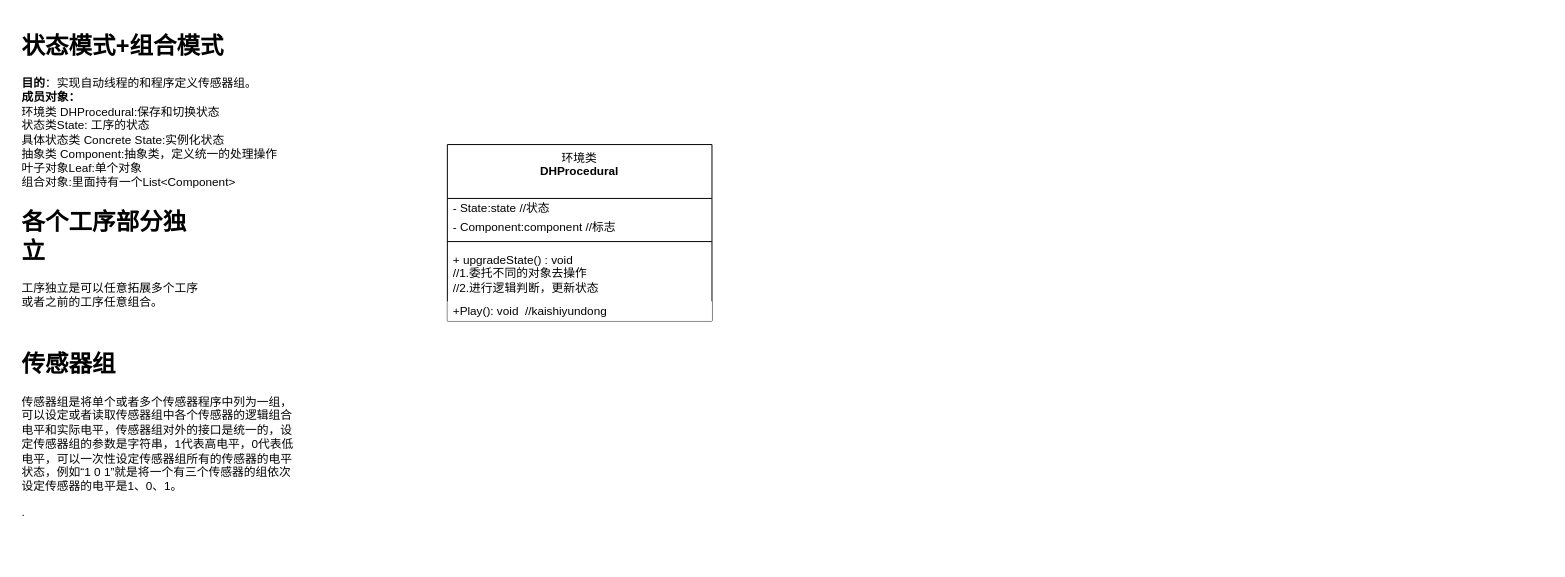
Earlier version of the draw.io diagram 独创性组合有限状态机设计模式.drawio (wjaswdd/draw.io). Source tidied: cells renumbered, new cells numbered last; positions are measured from the earlier drawing's top-left corner, leaving out a move shared by most shapes. Both pictures are drawn from the tidied source at 98%, with x=0, y=0 at pixel (17, 26).
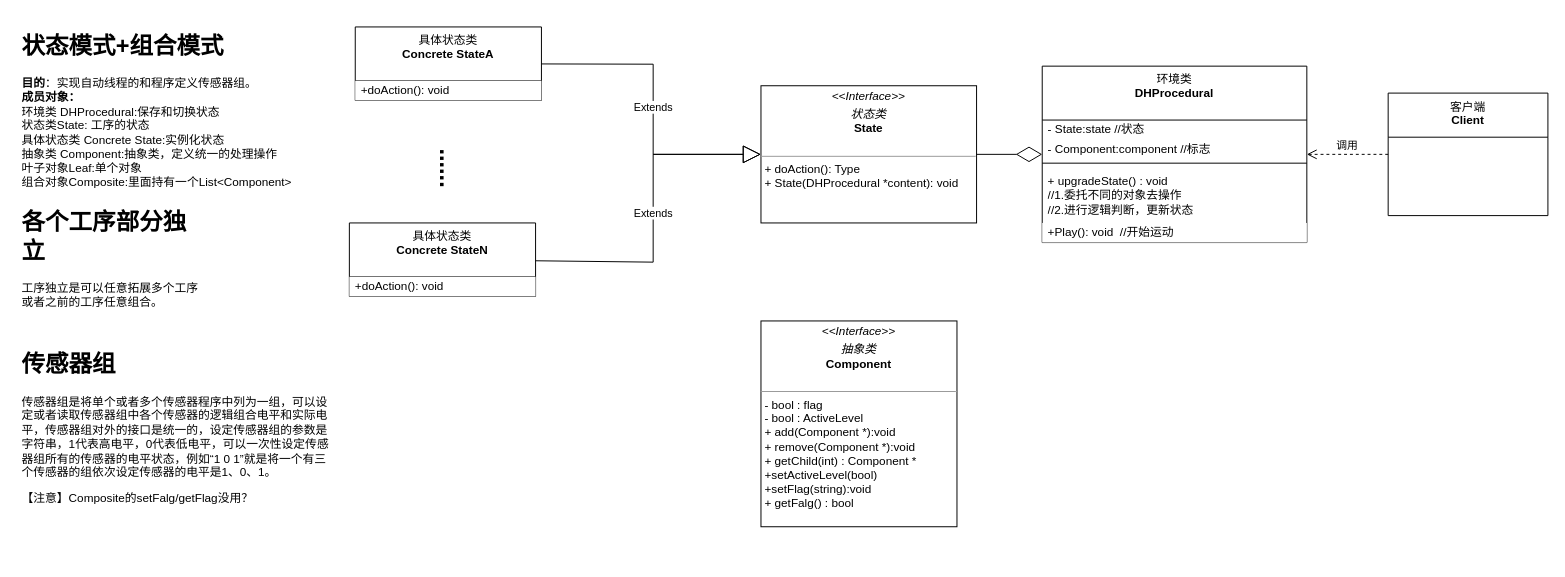
Above is the later version.

Commit message (it also covers changes not shown here):
更新独创性组合有限状态机设计模式.drawio

What changed in the source:
```diff
@@
-    <mxCell id="2" value="&lt;h1&gt;状态模式+组合模式&lt;/h1&gt;&lt;div&gt;&lt;b&gt;目的&lt;/b&gt;：实现自动线程的和程序定义传感器组。&lt;/div&gt;&lt;div&gt;&lt;b&gt;成员对象：&lt;/b&gt;&lt;/div&gt;&lt;div&gt;环境类 DHProcedural:保存和切换状态&lt;/div&gt;&lt;div&gt;状态类State: 工序的状态&lt;/div&gt;&lt;div&gt;具体状态类 Concrete State:实例化状态&lt;/div&gt;&lt;div&gt;抽象类 Component:抽象类，定义统一的处理操作&lt;/div&gt;&lt;div&gt;叶子对象Leaf:单个对象&lt;/div&gt;&lt;div&gt;组合对象:里面持有一个List&amp;lt;Component&amp;gt;&lt;/div&gt;" style="text;html=1;strokeColor=none;fillColor=none;spacing=5;spacingTop=-20;whiteSpace=wrap;overflow=hidden;rounded=0;" parent="1" vertex="1">
+    <mxCell id="2" value="&lt;h1&gt;状态模式+组合模式&lt;/h1&gt;&lt;div&gt;&lt;b&gt;目的&lt;/b&gt;：实现自动线程的和程序定义传感器组。&lt;/div&gt;&lt;div&gt;&lt;b&gt;成员对象：&lt;/b&gt;&lt;/div&gt;&lt;div&gt;环境类 DHProcedural:保存和切换状态&lt;/div&gt;&lt;div&gt;状态类State: 工序的状态&lt;/div&gt;&lt;div&gt;具体状态类 Concrete State:实例化状态&lt;/div&gt;&lt;div&gt;抽象类 Component:抽象类，定义统一的处理操作&lt;/div&gt;&lt;div&gt;叶子对象Leaf:单个对象&lt;/div&gt;&lt;div&gt;组合对象Composite:里面持有一个List&amp;lt;Component&amp;gt;&lt;/div&gt;" style="text;html=1;strokeColor=none;fillColor=none;spacing=5;spacingTop=-20;whiteSpace=wrap;overflow=hidden;rounded=0;" parent="1" vertex="1">
       <mxGeometry width="329" height="170" as="geometry" />
     </mxCell>
@@
-    <mxCell id="4" value="&lt;h1&gt;传感器组&lt;br&gt;&lt;/h1&gt;传感器组是将单个或者多个传感器程序中列为一组，可以设定或者读取传感器组中各个传感器的逻辑组合电平和实际电平，传感器组对外的接口是统一的，设定传感器组的参数是字符串，1代表高电平，0代表低电平，可以一次性设定传感器组所有的传感器的电平状态，例如“1 0 1”就是将一个有三个传感器的组依次设定传感器的电平是1、0、1。&lt;p&gt;.&lt;/p&gt;" style="text;html=1;strokeColor=none;fillColor=none;spacing=5;spacingTop=-20;whiteSpace=wrap;overflow=hidden;rounded=0;" parent="1" vertex="1">
-      <mxGeometry y="325" width="289" height="220" as="geometry" />
+    <mxCell id="4" value="&lt;h1&gt;传感器组&lt;br&gt;&lt;/h1&gt;传感器组是将单个或者多个传感器程序中列为一组，可以设定或者读取传感器组中各个传感器的逻辑组合电平和实际电平，传感器组对外的接口是统一的，设定传感器组的参数是字符串，1代表高电平，0代表低电平，可以一次性设定传感器组所有的传感器的电平状态，例如“1 0 1”就是将一个有三个传感器的组依次设定传感器的电平是1、0、1。&lt;p&gt;【注意】Composite的setFalg/getFlag没用？&lt;/p&gt;" style="text;html=1;strokeColor=none;fillColor=none;spacing=5;spacingTop=-20;whiteSpace=wrap;overflow=hidden;rounded=0;" parent="1" vertex="1">
+      <mxGeometry y="325" width="329" height="195" as="geometry" />
     </mxCell>
     <mxCell id="5" value="环境类&lt;br&gt;&lt;b&gt;DHProcedural&lt;/b&gt;" style="swimlane;fontStyle=0;align=center;verticalAlign=top;horizontal=1;startSize=55;html=1;whiteSpace=wrap;" parent="1" vertex="1">
-      <mxGeometry x="439" y="120" width="270" height="180" as="geometry" />
+      <mxGeometry x="1046" y="40" width="270" height="180" as="geometry" />
     </mxCell>
@@
-    <mxCell id="10" value="+Play(): void&lt;span style=&quot;white-space: pre;&quot;&gt; &lt;/span&gt;&lt;span style=&quot;white-space: pre;&quot;&gt; &lt;/span&gt;//kaishiyundong&amp;nbsp;" style="text;html=1;strokeColor=none;fillColor=default;align=left;verticalAlign=middle;spacingLeft=4;spacingRight=4;overflow=hidden;whiteSpace=wrap;" parent="5" vertex="1">
+    <mxCell id="10" value="+Play(): void&lt;span style=&quot;white-space: pre;&quot;&gt; &lt;/span&gt;&lt;span style=&quot;white-space: pre;&quot;&gt; &lt;/span&gt;//开始运动" style="text;html=1;strokeColor=none;fillColor=default;align=left;verticalAlign=middle;spacingLeft=4;spacingRight=4;overflow=hidden;whiteSpace=wrap;" parent="5" vertex="1">
       <mxGeometry y="160" width="270" height="20" as="geometry" />
     </mxCell>
+    <mxCell id="11" value="客户端&lt;br&gt;&lt;b&gt;Client&lt;/b&gt;" style="swimlane;fontStyle=0;align=center;verticalAlign=top;horizontal=1;startSize=45;html=1;whiteSpace=wrap;" parent="1" vertex="1">
+      <mxGeometry x="1399" y="67.5" width="163" height="125" as="geometry" />
+    </mxCell>
+    <mxCell id="12" value="调用" style="endArrow=open;startArrow=none;endFill=0;startFill=0;endSize=8;html=1;verticalAlign=bottom;dashed=1;labelBackgroundColor=none;rounded=0;" parent="1" edge="1" source="11" target="5">
+      <mxGeometry relative="1" as="geometry" />
+    </mxCell>
+    <mxCell id="13" value="具体状态类&lt;br&gt;&lt;b&gt;Concrete StateA&lt;/b&gt;" style="swimlane;fontStyle=0;align=center;verticalAlign=top;horizontal=1;startSize=55;html=1;whiteSpace=wrap;" parent="1" vertex="1">
+      <mxGeometry x="345" width="190" height="75" as="geometry" />
+    </mxCell>
+    <mxCell id="14" value="+doAction(): void&lt;span style=&quot;white-space: pre;&quot;&gt; &lt;/span&gt;&lt;span style=&quot;white-space: pre;&quot;&gt; &lt;/span&gt;" style="text;html=1;strokeColor=none;fillColor=default;align=left;verticalAlign=middle;spacingLeft=4;spacingRight=4;overflow=hidden;whiteSpace=wrap;" parent="13" vertex="1">
+      <mxGeometry y="55" width="190" height="20" as="geometry" />
+    </mxCell>
+    <mxCell id="15" value="&lt;p style=&quot;margin:0px;margin-top:4px;text-align:center;&quot;&gt;&lt;i&gt;&amp;lt;&amp;lt;Interface&amp;gt;&amp;gt;&lt;/i&gt;&lt;/p&gt;&lt;p style=&quot;margin:0px;margin-top:4px;text-align:center;&quot;&gt;&lt;i&gt;状态类&lt;br&gt;&lt;/i&gt;&lt;b&gt;State&lt;/b&gt;&lt;/p&gt;&lt;p style=&quot;margin:0px;margin-left:4px;&quot;&gt;&lt;br&gt;&lt;/p&gt;&lt;hr size=&quot;1&quot;&gt;&lt;p style=&quot;margin:0px;margin-left:4px;&quot;&gt;+ doAction(): Type&lt;br&gt;+ State(&lt;span style=&quot;border-color: var(--border-color); text-align: center;&quot;&gt;DHProcedural *content&lt;/span&gt;): void&lt;/p&gt;" style="verticalAlign=top;align=left;overflow=fill;fontSize=12;fontFamily=Helvetica;html=1;whiteSpace=wrap;" parent="1" vertex="1">
+      <mxGeometry x="759" y="60" width="220" height="140" as="geometry" />
+    </mxCell>
+    <mxCell id="16" style="endArrow=diamondThin;endFill=0;endSize=24;html=1;rounded=0;" parent="1" edge="1" source="15" target="5">
+      <mxGeometry relative="1" as="geometry" />
+    </mxCell>
+    <mxCell id="17" value="具体状态类&lt;br&gt;&lt;b&gt;Concrete StateN&lt;/b&gt;" style="swimlane;fontStyle=0;align=center;verticalAlign=top;horizontal=1;startSize=55;html=1;whiteSpace=wrap;" parent="1" vertex="1">
+      <mxGeometry x="339" y="200" width="190" height="75" as="geometry" />
+    </mxCell>
+    <mxCell id="18" value="+doAction(): void&lt;span style=&quot;white-space: pre;&quot;&gt; &lt;/span&gt;&lt;span style=&quot;white-space: pre;&quot;&gt; &lt;/span&gt;" style="text;html=1;strokeColor=none;fillColor=default;align=left;verticalAlign=middle;spacingLeft=4;spacingRight=4;overflow=hidden;whiteSpace=wrap;" parent="17" vertex="1">
+      <mxGeometry y="55" width="190" height="20" as="geometry" />
+    </mxCell>
+    <mxCell id="19" value="......" style="text;html=1;strokeColor=none;fillColor=none;align=center;verticalAlign=middle;whiteSpace=wrap;rounded=0;direction=west;rotation=90;fontStyle=1;fontSize=24;spacing=8;" parent="1" vertex="1">
+      <mxGeometry x="399" y="100" width="82" height="89" as="geometry" />
+    </mxCell>
+    <mxCell id="20" value="Extends" style="endArrow=block;endSize=16;endFill=0;html=1;rounded=0;entryX=0;entryY=0.5;entryDx=0;entryDy=0;" parent="1" edge="1" source="13" target="15">
+      <mxGeometry relative="1" as="geometry">
+        <Array as="points">
+          <mxPoint x="649" y="38" />
+          <mxPoint x="649" y="130" />
+        </Array>
+      </mxGeometry>
+    </mxCell>
+    <mxCell id="21" value="Extends" style="endArrow=block;endSize=16;endFill=0;html=1;rounded=0;entryX=0;entryY=0.5;entryDx=0;entryDy=0;" parent="1" edge="1" source="17" target="15">
+      <mxGeometry relative="1" as="geometry">
+        <Array as="points">
+          <mxPoint x="649" y="240" />
+          <mxPoint x="649" y="130" />
+        </Array>
+      </mxGeometry>
+    </mxCell>
+    <mxCell id="22" value="&lt;p style=&quot;margin:0px;margin-top:4px;text-align:center;&quot;&gt;&lt;i&gt;&amp;lt;&amp;lt;Interface&amp;gt;&amp;gt;&lt;/i&gt;&lt;/p&gt;&lt;p style=&quot;margin:0px;margin-top:4px;text-align:center;&quot;&gt;&lt;i&gt;抽象类&lt;br&gt;&lt;/i&gt;&lt;b&gt;Component&lt;/b&gt;&lt;/p&gt;&lt;p style=&quot;margin:0px;margin-left:4px;&quot;&gt;&lt;br&gt;&lt;/p&gt;&lt;hr size=&quot;1&quot;&gt;&lt;p style=&quot;margin:0px;margin-left:4px;&quot;&gt;- bool : flag&lt;/p&gt;&lt;p style=&quot;margin:0px;margin-left:4px;&quot;&gt;- bool : ActiveLevel&lt;/p&gt;&lt;p style=&quot;margin:0px;margin-left:4px;&quot;&gt;+ add(Component *):void&lt;/p&gt;&lt;p style=&quot;margin:0px;margin-left:4px;&quot;&gt;+ remove(Component *):void&lt;/p&gt;&lt;p style=&quot;margin:0px;margin-left:4px;&quot;&gt;+ getChild(int) : Component *&lt;/p&gt;&lt;p style=&quot;margin:0px;margin-left:4px;&quot;&gt;+setActiveLevel(bool)&lt;/p&gt;&lt;p style=&quot;margin:0px;margin-left:4px;&quot;&gt;+setFlag(string):void&lt;/p&gt;&lt;p style=&quot;margin:0px;margin-left:4px;&quot;&gt;+ getFalg() : bool&lt;br&gt;&lt;/p&gt;" style="verticalAlign=top;align=left;overflow=fill;fontSize=12;fontFamily=Helvetica;html=1;whiteSpace=wrap;" parent="1" vertex="1">
+      <mxGeometry x="759" y="300" width="200" height="210" as="geometry" />
+    </mxCell>
```
